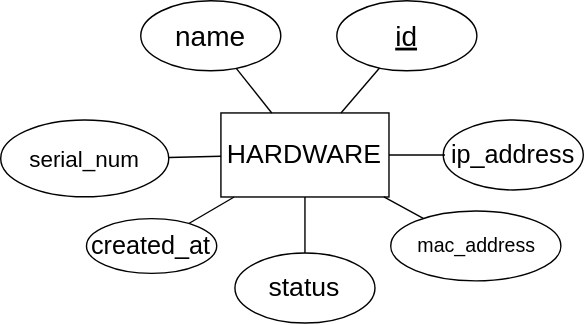
Above: img/DB-diagrams/Hardware.drawio.svg in isel-remote-lab/documentation (draw.io), before the change. Source tidied: cells renumbered, new cells last; positions are measured from the earlier drawing's top-left corner, leaving out a move shared by most shapes.
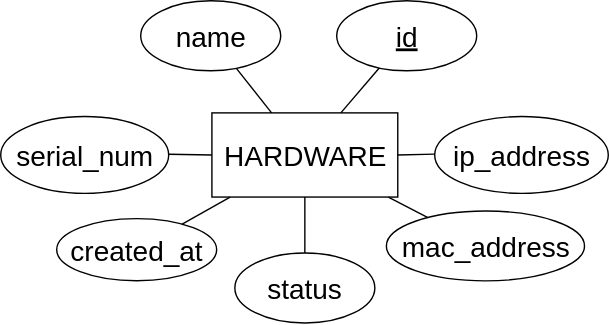
Above is the later version.

The edit, as a diff of the source:
```diff
@@ -2,14 +2,14 @@
   <root>
     <mxCell id="0" />
     <mxCell id="1" parent="0" />
-    <mxCell id="2" value="HARDWARE" style="rounded=0;whiteSpace=wrap;html=1;fontSize=19;" parent="1" vertex="1">
-      <mxGeometry x="157.2" y="80.1" width="120" height="60" as="geometry" />
+    <mxCell id="2" value="HARDWARE" style="rounded=0;whiteSpace=wrap;html=1;fontSize=20;" parent="1" vertex="1">
+      <mxGeometry x="150.9" y="80.1" width="132.8" height="60.1" as="geometry" />
     </mxCell>
     <mxCell id="3" value="name" style="ellipse;whiteSpace=wrap;html=1;fontStyle=0;fontSize=20;" parent="1" vertex="1">
       <mxGeometry x="100" width="100" height="50" as="geometry" />
     </mxCell>
-    <mxCell id="4" value="&lt;span&gt;serial_num&lt;/span&gt;" style="ellipse;whiteSpace=wrap;html=1;fontStyle=0;fontSize=16;" parent="1" vertex="1">
-      <mxGeometry y="85.1" width="120" height="54.9" as="geometry" />
+    <mxCell id="4" value="&lt;span&gt;serial_num&lt;/span&gt;" style="ellipse;whiteSpace=wrap;html=1;fontStyle=0;fontSize=20;" parent="1" vertex="1">
+      <mxGeometry y="82.7" width="120" height="54.9" as="geometry" />
     </mxCell>
     <mxCell id="5" value="id" style="ellipse;whiteSpace=wrap;html=1;fontStyle=4;fontSize=20;" parent="1" vertex="1">
       <mxGeometry x="240" width="100" height="50" as="geometry" />
@@ -23,27 +23,25 @@
     <mxCell id="8" style="endArrow=none;html=1;rounded=0;" parent="1" edge="1" source="4" target="2">
       <mxGeometry relative="1" as="geometry" />
     </mxCell>
-    <mxCell id="9" value="mac_address" style="ellipse;whiteSpace=wrap;html=1;fontStyle=0;fontSize=14;" parent="1" vertex="1">
-      <mxGeometry x="278.5" y="150.1" width="121.5" height="49.9" as="geometry" />
+    <mxCell id="9" value="mac_address" style="ellipse;whiteSpace=wrap;html=1;fontStyle=0;fontSize=20;" parent="1" vertex="1">
+      <mxGeometry x="275.5" y="150.2" width="141.5" height="49.9" as="geometry" />
     </mxCell>
     <mxCell id="10" style="endArrow=none;html=1;rounded=0;" parent="1" edge="1" source="9" target="2">
       <mxGeometry relative="1" as="geometry" />
     </mxCell>
-    <mxCell id="11" value="created_at" style="ellipse;whiteSpace=wrap;html=1;fontStyle=0;fontSize=18;" parent="1" vertex="1">
-      <mxGeometry x="61.2" y="155.6" width="93" height="39.1" as="geometry" />
+    <mxCell id="11" value="created_at" style="ellipse;whiteSpace=wrap;html=1;fontStyle=0;fontSize=20;" parent="1" vertex="1">
+      <mxGeometry x="40" y="155.6" width="114.2" height="44.4" as="geometry" />
     </mxCell>
     <mxCell id="12" style="endArrow=none;html=1;rounded=0;" parent="1" edge="1" source="11" target="2">
       <mxGeometry relative="1" as="geometry" />
     </mxCell>
-    <mxCell id="13" value="ip_address" style="ellipse;whiteSpace=wrap;html=1;fontStyle=0;fontSize=18;" parent="1" vertex="1">
-      <mxGeometry x="316" y="85.1" width="100" height="50" as="geometry" />
+    <mxCell id="13" value="ip_address" style="ellipse;whiteSpace=wrap;html=1;fontStyle=0;fontSize=20;" parent="1" vertex="1">
+      <mxGeometry x="310" y="82.7" width="124" height="54.9" as="geometry" />
     </mxCell>
-    <mxCell id="14" style="endArrow=none;html=1;rounded=0;" parent="1" edge="1" target="2">
-      <mxGeometry relative="1" as="geometry">
-        <mxPoint x="317.2" y="110.1" as="sourcePoint" />
-      </mxGeometry>
+    <mxCell id="14" style="endArrow=none;html=1;rounded=0;" parent="1" edge="1" source="13" target="2">
+      <mxGeometry relative="1" as="geometry" />
     </mxCell>
-    <mxCell id="15" value="status" style="ellipse;whiteSpace=wrap;html=1;fontStyle=0;fontSize=19;" parent="1" vertex="1">
+    <mxCell id="15" value="status" style="ellipse;whiteSpace=wrap;html=1;fontStyle=0;fontSize=20;" parent="1" vertex="1">
       <mxGeometry x="167.2" y="180.1" width="100" height="50" as="geometry" />
     </mxCell>
     <mxCell id="16" style="endArrow=none;html=1;rounded=0;" parent="1" edge="1" source="15" target="2">
```
